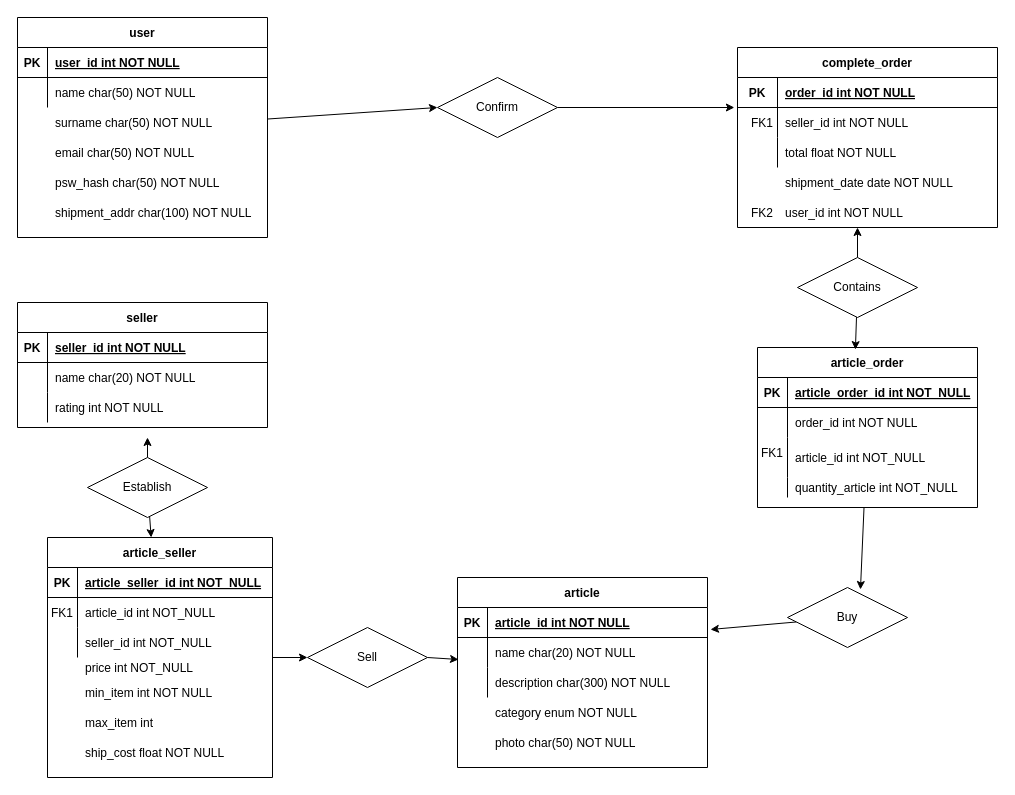
Above: Untitled Diagram.drawio in fedy97/TIW_HTML-2020-2021 (draw.io), before the change. Source tidied: cells renumbered, new cells numbered last; positions are measured from the earlier drawing's top-left corner, leaving out a move shared by most shapes. Both pictures are drawn from the tidied source at 100%, with x=0, y=0 at pixel (17, 17).
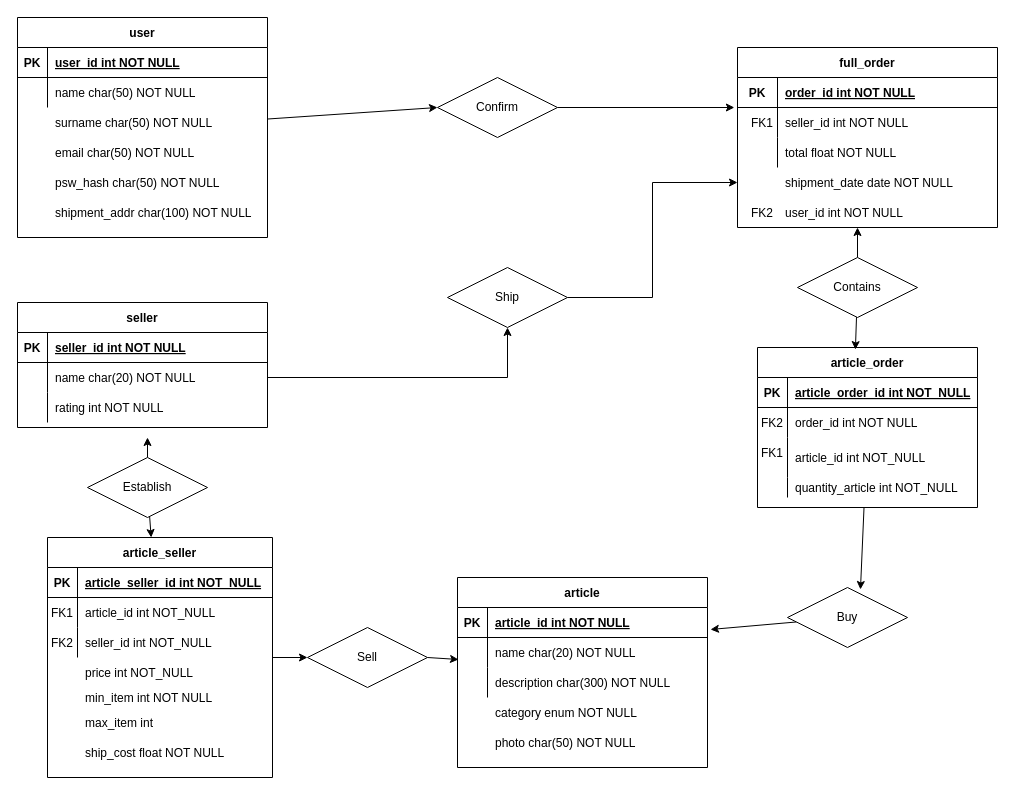
Above is the later version.

The change refers to these unchanged cells:
```xml
<mxCell id="36" style="shape=partialRectangle;fillColor=none;points=[[0,0.5],[1,0.5]];portConstraint=eastwest;top=0;left=0;right=0;bottom=0;" parent="32" vertex="1">
  <mxGeometry y="60" width="250" height="30" as="geometry" />
</mxCell>
```

What changed in the source:
```diff
@@
-    <mxCell id="2" value="complete_order" style="shape=table;startSize=30;childLayout=tableLayout;rowLines=0;fontStyle=1;align=center;" parent="1" vertex="1">
+    <mxCell id="2" value="full_order" style="shape=table;startSize=30;childLayout=tableLayout;rowLines=0;fontStyle=1;align=center;" parent="1" vertex="1">
       <mxGeometry x="720" y="30" width="260" height="180" as="geometry" />
     </mxCell>
@@
     <mxCell id="88" value="price int NOT_NULL" style="shape=partialRectangle;fillColor=none;top=0;left=0;bottom=0;right=0;align=left;spacingLeft=6;overflow=hidden;" parent="1" vertex="1">
-      <mxGeometry x="60" y="640" width="195" height="20" as="geometry" />
+      <mxGeometry x="60" y="645" width="195" height="20" as="geometry" />
     </mxCell>
@@
     <mxCell id="90" value="min_item int NOT NULL" style="shape=partialRectangle;overflow=hidden;fillColor=none;top=0;left=0;bottom=0;right=0;align=left;spacingLeft=6;" parent="1" vertex="1">
-      <mxGeometry x="60" y="660" width="220" height="30" as="geometry" />
+      <mxGeometry x="60" y="665" width="220" height="30" as="geometry" />
     </mxCell>
@@
+    <mxCell id="94" style="edgeStyle=orthogonalEdgeStyle;rounded=0;jettySize=auto;html=1;entryX=0;entryY=0.75;entryDx=0;entryDy=0;" parent="1" edge="1" source="95" target="2">
+      <mxGeometry relative="1" as="geometry" />
+    </mxCell>
+    <mxCell id="95" value="Ship" style="shape=rhombus;perimeter=rhombusPerimeter;whiteSpace=wrap;html=1;align=center;" parent="1" vertex="1">
+      <mxGeometry x="430" y="250" width="120" height="60" as="geometry" />
+    </mxCell>
+    <mxCell id="96" style="edgeStyle=orthogonalEdgeStyle;rounded=0;jettySize=auto;html=1;" parent="1" edge="1" source="36" target="95">
+      <mxGeometry relative="1" as="geometry" />
+    </mxCell>
+    <mxCell id="97" value="FK2" style="shape=partialRectangle;overflow=hidden;fillColor=none;top=0;left=0;bottom=0;right=0;" parent="1" vertex="1">
+      <mxGeometry x="30" y="610" width="30" height="30" as="geometry" />
+    </mxCell>
+    <mxCell id="98" value="FK2" style="shape=partialRectangle;overflow=hidden;fillColor=none;top=0;left=0;bottom=0;right=0;" parent="1" vertex="1">
+      <mxGeometry x="740" y="390" width="30" height="30" as="geometry" />
+    </mxCell>
```
